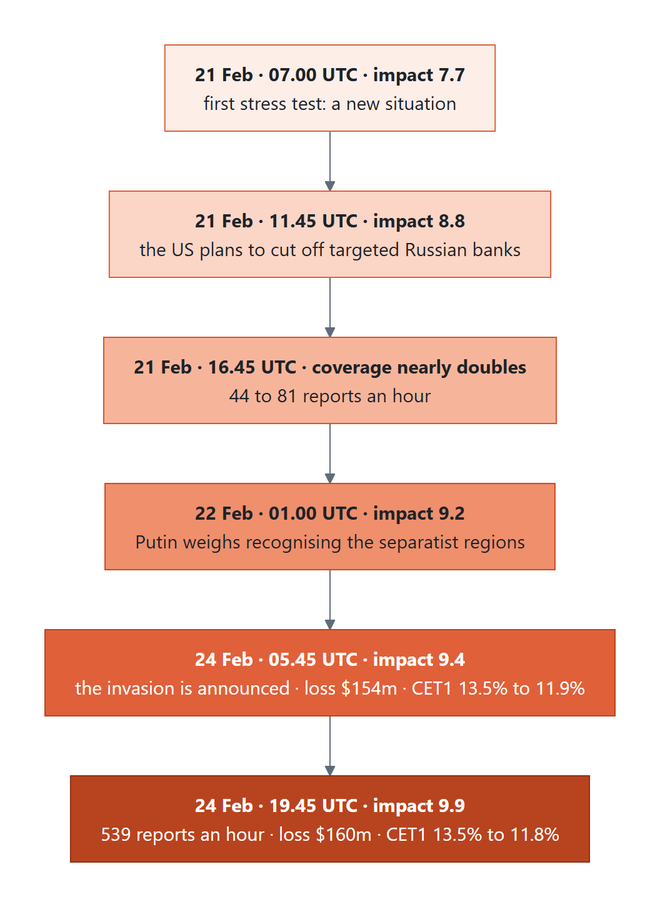
This is docs/diagrams/11_ukraine_timeline.png from ShubAce/IITKharagpur-Shubham-Suman-hackathon, a Mermaid export, as it was before one commit. Its source is kept beside it as docs/diagrams/11_ukraine_timeline.mmd.
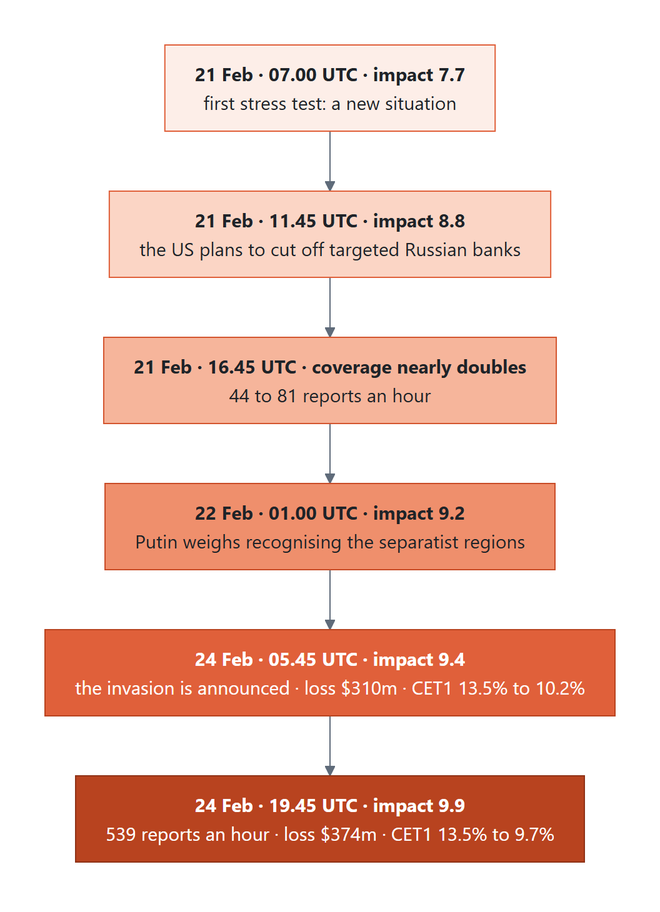
The same file after the commit.

The edit, as a diff of the source:
```diff
@@ -10,7 +10,7 @@
   t2["<b>21 Feb · 11.45 UTC · impact 8.8</b><br/>the US plans to cut off targeted Russian banks"]:::s2
   t3["<b>21 Feb · 16.45 UTC · coverage nearly doubles</b><br/>44 to 81 reports an hour"]:::s3
   t4["<b>22 Feb · 01.00 UTC · impact 9.2</b><br/>Putin weighs recognising the separatist regions"]:::s4
-  t5["<b>24 Feb · 05.45 UTC · impact 9.4</b><br/>the invasion is announced · loss $154m · CET1 13.5% to 11.9%"]:::s5
-  t6["<b>24 Feb · 19.45 UTC · impact 9.9</b><br/>539 reports an hour · loss $160m · CET1 13.5% to 11.8%"]:::s6
+  t5["<b>24 Feb · 05.45 UTC · impact 9.4</b><br/>the invasion is announced · loss $310m · CET1 13.5% to 10.2%"]:::s5
+  t6["<b>24 Feb · 19.45 UTC · impact 9.9</b><br/>539 reports an hour · loss $374m · CET1 13.5% to 9.7%"]:::s6
 
   t1 --> t2 --> t3 --> t4 --> t5 --> t6
```
